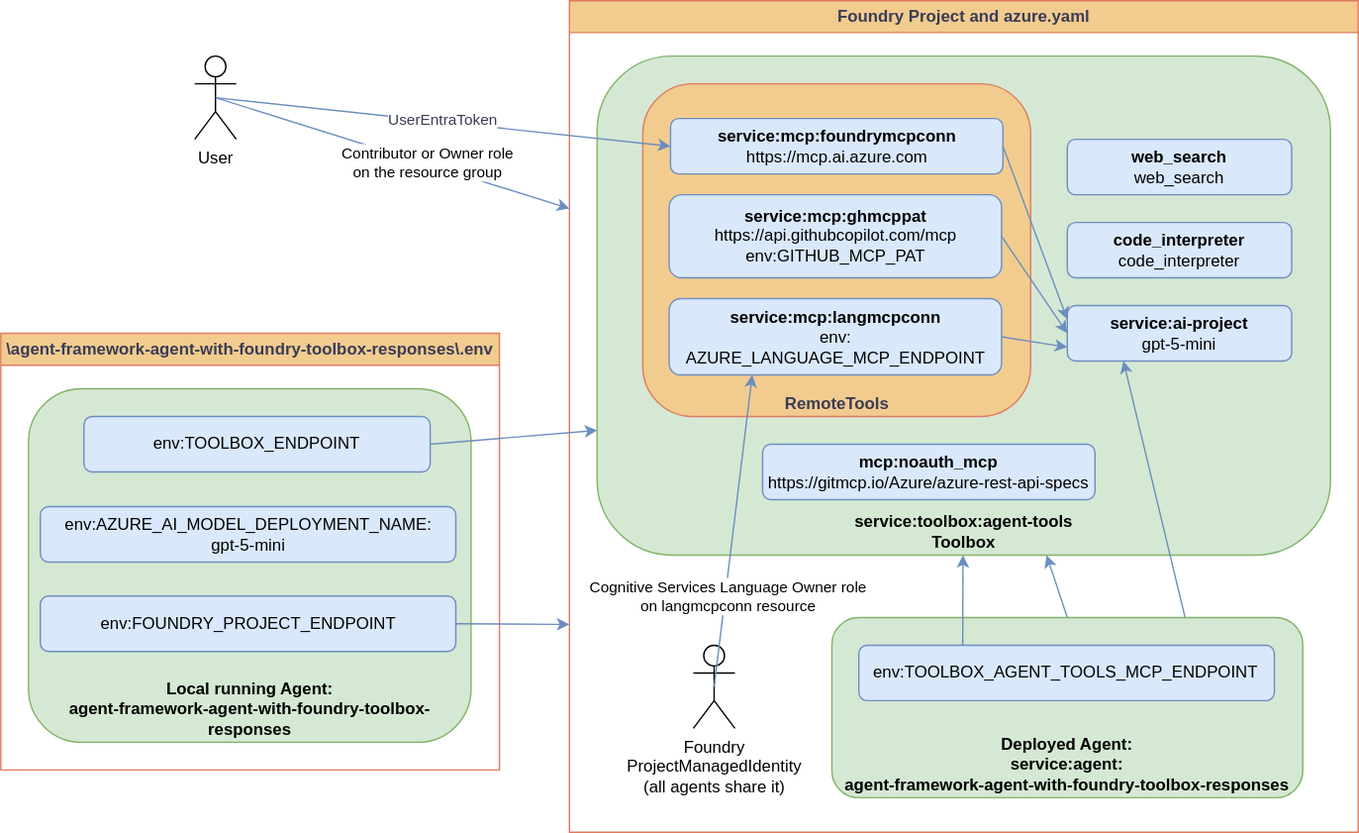
Earlier version of the draw.io export 00-readme/img/016-toolbox.drawio.svg (rasor/ai-agents-playground-csharp). Source tidied: cells renumbered, new cells last; positions are measured from the earlier drawing's top-left corner, leaving out a move shared by most shapes.
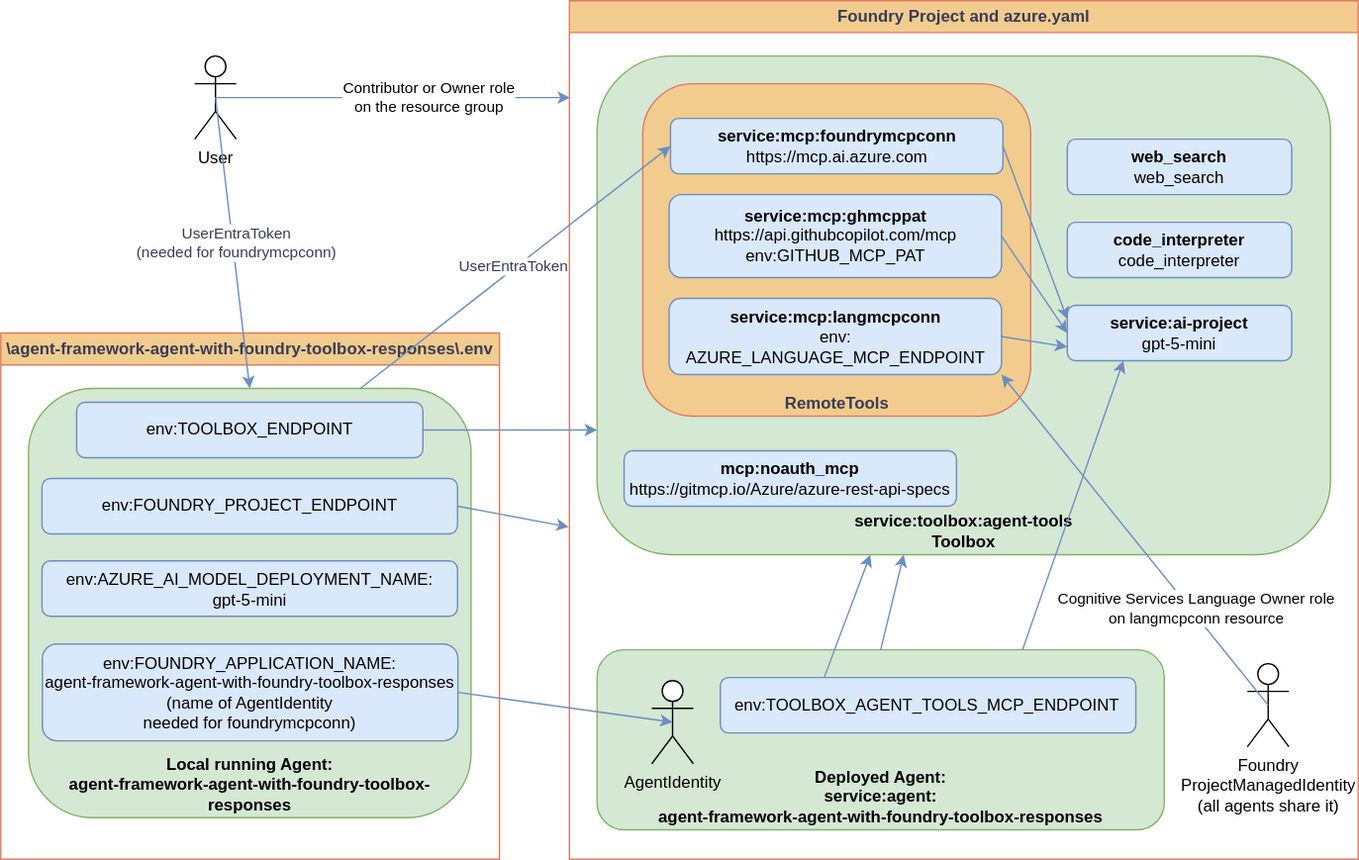
Above is the later version.

Commit message:
016 Local agent running

Diff of the diagram source:
```diff
@@ -3,22 +3,25 @@
     <mxCell id="0" />
     <mxCell id="1" parent="0" />
     <mxCell id="2" value="\agent-framework-agent-with-foundry-toolbox-responses\.env" style="swimlane;whiteSpace=wrap;html=1;strokeColor=#E07A5F;fontColor=#393C56;fillColor=#F2CC8F;" parent="1" vertex="1">
-      <mxGeometry y="240" width="360" height="315" as="geometry" />
+      <mxGeometry y="240" width="360" height="380" as="geometry" />
     </mxCell>
     <mxCell id="3" value="Local running Agent:&lt;br&gt;&lt;b&gt;agent-framework-agent-with-foundry-toolbox-responses&lt;/b&gt;" style="rounded=1;whiteSpace=wrap;html=1;strokeColor=#82b366;fillColor=#d5e8d4;align=center;verticalAlign=bottom;fontStyle=1;" parent="1" vertex="1">
-      <mxGeometry x="20" y="280" width="319.5" height="255" as="geometry" />
+      <mxGeometry x="20" y="280" width="319.5" height="310" as="geometry" />
     </mxCell>
     <mxCell id="4" value="Foundry Project and azure.yaml" style="swimlane;whiteSpace=wrap;html=1;strokeColor=#E07A5F;fontColor=#393C56;fillColor=#F2CC8F;" parent="1" vertex="1">
-      <mxGeometry x="410.5" width="569.5" height="600" as="geometry" />
+      <mxGeometry x="410.5" width="569.5" height="620" as="geometry" />
     </mxCell>
     <mxCell id="5" value="&lt;div&gt;&lt;b style=&quot;background-color: transparent; color: light-dark(rgb(0, 0, 0), rgb(255, 255, 255));&quot;&gt;Deployed Agent:&lt;br&gt;service:agent&lt;/b&gt;&lt;b&gt;:&lt;br&gt;&lt;/b&gt;&lt;span style=&quot;background-color: transparent;&quot;&gt;&lt;b&gt;agent-framework-agent-with-foundry-toolbox-responses&lt;/b&gt;&lt;/span&gt;&lt;/div&gt;" style="rounded=1;whiteSpace=wrap;html=1;strokeColor=#82b366;fillColor=#d5e8d4;verticalAlign=bottom;" parent="4" vertex="1">
-      <mxGeometry x="189.5" y="445" width="340" height="130" as="geometry" />
+      <mxGeometry x="20" y="468.7" width="409.5" height="130" as="geometry" />
     </mxCell>
     <mxCell id="6" value="env:TOOLBOX_AGENT_TOOLS_MCP_ENDPOINT" style="rounded=1;whiteSpace=wrap;html=1;strokeColor=#6c8ebf;fillColor=#dae8fc;" parent="4" vertex="1">
-      <mxGeometry x="209" y="465" width="300" height="40" as="geometry" />
+      <mxGeometry x="109" y="488.7" width="300" height="40" as="geometry" />
     </mxCell>
+    <mxCell id="45" value="AgentIdentity" style="shape=umlActor;verticalLabelPosition=bottom;verticalAlign=top;html=1;outlineConnect=0;" parent="4" vertex="1">
+      <mxGeometry x="59.5" y="491" width="30" height="60" as="geometry" />
+    </mxCell>
     <mxCell id="7" value="&lt;span style=&quot;text-wrap-mode: wrap;&quot;&gt;Foundry&lt;br&gt;ProjectManagedIdentity&lt;br&gt;(all agents share it)&lt;/span&gt;" style="shape=umlActor;verticalLabelPosition=bottom;verticalAlign=top;html=1;outlineConnect=0;" parent="4" vertex="1">
-      <mxGeometry x="89.5" y="465" width="30" height="60" as="geometry" />
+      <mxGeometry x="489.5" y="478.7" width="30" height="60" as="geometry" />
     </mxCell>
     <mxCell id="8" value="&lt;b&gt;service:&lt;/b&gt;toolbox:agent-tools&lt;br&gt;Toolbox" style="rounded=1;whiteSpace=wrap;html=1;strokeColor=#82b366;fillColor=#d5e8d4;align=center;verticalAlign=bottom;fontStyle=1;" parent="1" vertex="1">
       <mxGeometry x="430.5" y="40" width="529.5" height="360" as="geometry" />
@@ -32,7 +35,7 @@
     <mxCell id="11" value="&lt;div&gt;&lt;b style=&quot;background-color: transparent; color: light-dark(rgb(0, 0, 0), rgb(255, 255, 255));&quot;&gt;service:&lt;/b&gt;&lt;b&gt;mcp:langmcpconn&lt;/b&gt;&lt;/div&gt;&lt;div&gt;env:&lt;/div&gt;AZURE_LANGUAGE_MCP_ENDPOINT" style="rounded=1;whiteSpace=wrap;html=1;strokeColor=#6c8ebf;fillColor=#dae8fc;" parent="1" vertex="1">
       <mxGeometry x="482.5" y="215" width="240" height="55" as="geometry" />
     </mxCell>
-    <mxCell id="12" style="rounded=0;jettySize=auto;html=1;strokeColor=#6c8ebf;fontColor=#393C56;fillColor=#dae8fc;entryX=0;entryY=0.5;entryDx=0;entryDy=0;exitX=0.5;exitY=0.5;exitDx=0;exitDy=0;exitPerimeter=0;" parent="1" edge="1" source="38" target="14">
+    <mxCell id="12" style="rounded=0;jettySize=auto;html=1;strokeColor=#6c8ebf;fontColor=#393C56;fillColor=#dae8fc;entryX=0;entryY=0.5;entryDx=0;entryDy=0;exitX=0.75;exitY=0;exitDx=0;exitDy=0;" parent="1" edge="1" source="3" target="14">
       <mxGeometry relative="1" as="geometry" />
     </mxCell>
     <mxCell id="13" value="UserEntraToken" style="edgeLabel;html=1;align=center;verticalAlign=middle;strokeColor=#E07A5F;fontColor=#393C56;fillColor=#F2CC8F;" parent="12" vertex="1">
@@ -75,7 +78,7 @@
       <mxGeometry x="-0.01" y="2" relative="1" as="geometry" />
     </mxCell>
     <mxCell id="26" value="&lt;div&gt;&lt;b&gt;mcp:&lt;/b&gt;&lt;span style=&quot;background-color: transparent;&quot;&gt;&lt;b&gt;noauth_mcp&lt;/b&gt;&lt;/span&gt;&lt;/div&gt;&lt;div&gt;https://gitmcp.io/Azure/azure-rest-api-specs&lt;/div&gt;" style="rounded=1;whiteSpace=wrap;html=1;strokeColor=#6c8ebf;fillColor=#dae8fc;" parent="1" vertex="1">
-      <mxGeometry x="550" y="320" width="240" height="40" as="geometry" />
+      <mxGeometry x="450" y="325" width="240" height="40" as="geometry" />
     </mxCell>
     <mxCell id="27" value="&lt;div&gt;&lt;b&gt;web_search&lt;/b&gt;&lt;/div&gt;&lt;div&gt;web_search&lt;/div&gt;" style="rounded=1;whiteSpace=wrap;html=1;strokeColor=#6c8ebf;fillColor=#dae8fc;" parent="1" vertex="1">
       <mxGeometry x="770" y="100" width="162" height="40" as="geometry" />
@@ -90,16 +93,18 @@
       <mxGeometry x="-0.01" y="2" relative="1" as="geometry" />
     </mxCell>
     <mxCell id="31" value="env:TOOLBOX_ENDPOINT" style="rounded=1;whiteSpace=wrap;html=1;strokeColor=#6c8ebf;fillColor=#dae8fc;" parent="1" vertex="1">
-      <mxGeometry x="60" y="300" width="250" height="40" as="geometry" />
+      <mxGeometry x="54.8" y="290" width="250" height="40" as="geometry" />
     </mxCell>
     <mxCell id="32" value="env:AZURE_AI_MODEL_DEPLOYMENT_NAME:&lt;br&gt;gpt-5-mini" style="rounded=1;whiteSpace=wrap;html=1;strokeColor=#6c8ebf;fillColor=#dae8fc;" parent="1" vertex="1">
-      <mxGeometry x="28.5" y="365" width="300" height="40" as="geometry" />
+      <mxGeometry x="29.8" y="404.5" width="300" height="40" as="geometry" />
     </mxCell>
     <mxCell id="33" value="env:FOUNDRY_PROJECT_ENDPOINT" style="rounded=1;whiteSpace=wrap;html=1;strokeColor=#6c8ebf;fillColor=#dae8fc;" parent="1" vertex="1">
-      <mxGeometry x="28.5" y="429.5" width="300" height="40" as="geometry" />
+      <mxGeometry x="29.8" y="345" width="300" height="40" as="geometry" />
     </mxCell>
-    <mxCell id="34" style="rounded=0;jettySize=auto;html=1;strokeColor=#6c8ebf;fontColor=#393C56;fillColor=#dae8fc;exitX=1;exitY=0.5;exitDx=0;exitDy=0;entryX=0;entryY=0.75;entryDx=0;entryDy=0;" parent="1" edge="1" source="33" target="4">
-      <mxGeometry relative="1" as="geometry" />
+    <mxCell id="34" style="rounded=0;jettySize=auto;html=1;strokeColor=#6c8ebf;fontColor=#393C56;fillColor=#dae8fc;exitX=1;exitY=0.5;exitDx=0;exitDy=0;" parent="1" edge="1" source="33">
+      <mxGeometry relative="1" as="geometry">
+        <mxPoint x="410" y="380" as="targetPoint" />
+      </mxGeometry>
     </mxCell>
     <mxCell id="35" style="edgeLabel;html=1;align=center;verticalAlign=middle;strokeColor=#E07A5F;fontColor=#393C56;fillColor=#F2CC8F;" parent="34" vertex="1">
       <mxGeometry x="-0.01" y="2" relative="1" as="geometry" />
@@ -113,7 +118,7 @@
     <mxCell id="38" value="User" style="shape=umlActor;verticalLabelPosition=bottom;verticalAlign=top;html=1;outlineConnect=0;" parent="1" vertex="1">
       <mxGeometry x="140" y="40" width="30" height="60" as="geometry" />
     </mxCell>
-    <mxCell id="39" style="rounded=0;jettySize=auto;html=1;strokeColor=#6c8ebf;fontColor=#393C56;fillColor=#dae8fc;exitX=0.5;exitY=0.5;exitDx=0;exitDy=0;exitPerimeter=0;entryX=0.25;entryY=1;entryDx=0;entryDy=0;" parent="1" edge="1" source="7" target="11">
+    <mxCell id="39" style="rounded=0;jettySize=auto;html=1;strokeColor=#6c8ebf;fontColor=#393C56;fillColor=#dae8fc;exitX=0.5;exitY=0.5;exitDx=0;exitDy=0;exitPerimeter=0;entryX=1;entryY=1;entryDx=0;entryDy=0;" parent="1" edge="1" source="7" target="11">
       <mxGeometry relative="1" as="geometry" />
     </mxCell>
     <mxCell id="40" style="edgeLabel;html=1;align=center;verticalAlign=middle;strokeColor=#E07A5F;fontColor=#393C56;fillColor=#F2CC8F;" parent="39" vertex="1">
@@ -124,8 +129,10 @@
         <mxPoint y="-2" as="offset" />
       </mxGeometry>
     </mxCell>
-    <mxCell id="42" style="rounded=0;jettySize=auto;html=1;strokeColor=#6c8ebf;fontColor=#393C56;fillColor=#dae8fc;entryX=0;entryY=0.25;entryDx=0;entryDy=0;exitX=0.5;exitY=0.5;exitDx=0;exitDy=0;exitPerimeter=0;" parent="1" edge="1" source="38" target="4">
-      <mxGeometry relative="1" as="geometry" />
+    <mxCell id="42" style="rounded=0;jettySize=auto;html=1;strokeColor=#6c8ebf;fontColor=#393C56;fillColor=#dae8fc;exitX=0.5;exitY=0.5;exitDx=0;exitDy=0;exitPerimeter=0;" parent="1" edge="1" source="38">
+      <mxGeometry relative="1" as="geometry">
+        <mxPoint x="411" y="70" as="targetPoint" />
+      </mxGeometry>
     </mxCell>
     <mxCell id="43" style="edgeLabel;html=1;align=center;verticalAlign=middle;strokeColor=#E07A5F;fontColor=#393C56;fillColor=#F2CC8F;" parent="42" vertex="1">
       <mxGeometry x="-0.01" y="2" relative="1" as="geometry" />
@@ -133,5 +140,20 @@
     <mxCell id="44" value="&lt;div&gt;Contributor or Owner role&lt;/div&gt;&lt;div&gt;on the resource group&lt;/div&gt;" style="edgeLabel;html=1;align=center;verticalAlign=middle;" parent="42" vertex="1">
       <mxGeometry x="0.19" y="1" relative="1" as="geometry" />
     </mxCell>
+    <mxCell id="46" value="env:FOUNDRY_APPLICATION_NAME:&lt;br&gt;agent-framework-agent-with-foundry-toolbox-responses&lt;br&gt;(name of AgentIdentity &lt;br&gt;needed for foundrymcpconn)" style="rounded=1;whiteSpace=wrap;html=1;strokeColor=#6c8ebf;fillColor=#dae8fc;" parent="1" vertex="1">
+      <mxGeometry x="30" y="464.5" width="300" height="70" as="geometry" />
+    </mxCell>
+    <mxCell id="47" style="rounded=0;jettySize=auto;html=1;strokeColor=#6c8ebf;fontColor=#393C56;fillColor=#dae8fc;exitX=1;exitY=0.5;exitDx=0;exitDy=0;entryX=0.5;entryY=0.5;entryDx=0;entryDy=0;entryPerimeter=0;" parent="1" edge="1" source="46" target="45">
+      <mxGeometry relative="1" as="geometry" />
+    </mxCell>
+    <mxCell id="48" style="edgeLabel;html=1;align=center;verticalAlign=middle;strokeColor=#E07A5F;fontColor=#393C56;fillColor=#F2CC8F;" parent="47" vertex="1">
+      <mxGeometry x="-0.01" y="2" relative="1" as="geometry" />
+    </mxCell>
+    <mxCell id="49" style="rounded=0;jettySize=auto;html=1;strokeColor=#6c8ebf;fontColor=#393C56;fillColor=#dae8fc;entryX=0.5;entryY=0;entryDx=0;entryDy=0;exitX=0.5;exitY=0.5;exitDx=0;exitDy=0;exitPerimeter=0;" parent="1" edge="1" source="38" target="3">
+      <mxGeometry relative="1" as="geometry" />
+    </mxCell>
+    <mxCell id="50" value="UserEntraToken&lt;br&gt;(needed for foundrymcpconn)" style="edgeLabel;html=1;align=center;verticalAlign=middle;strokeColor=#E07A5F;fontColor=#393C56;fillColor=#F2CC8F;" parent="49" vertex="1">
+      <mxGeometry x="-0.01" y="2" relative="1" as="geometry" />
+    </mxCell>
   </root>
 </mxGraphModel>
```
